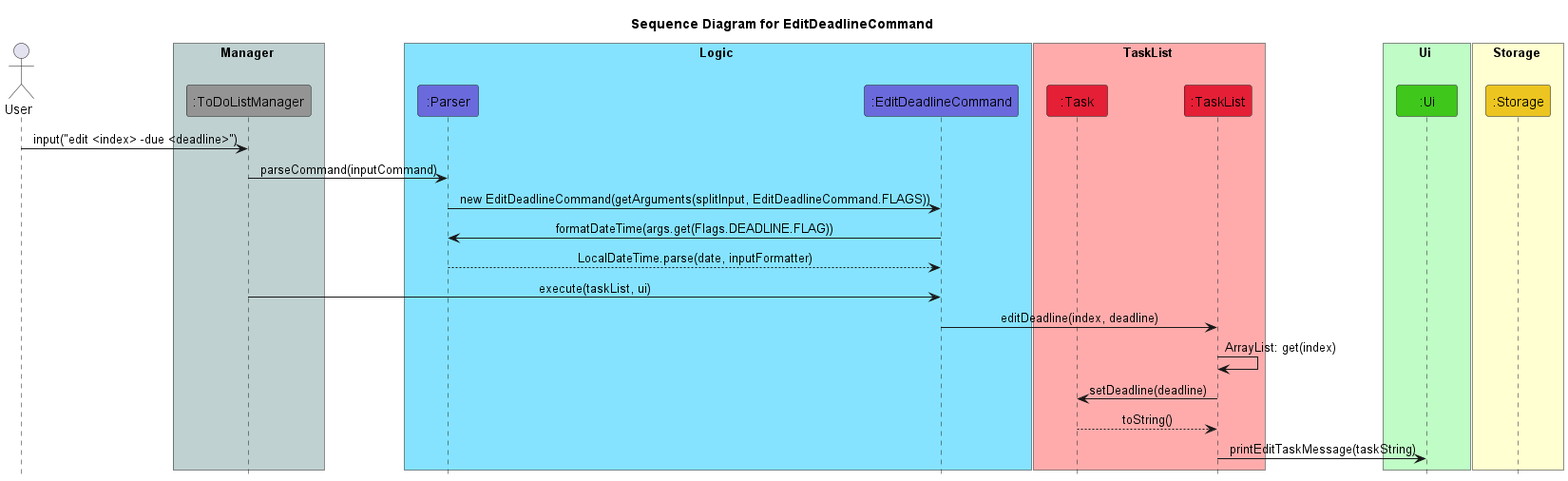
The PlantUML diagram docs/images/EditDeadlineCommandSequence.png in nus-cs2113-AY2223S2/tp, before a commit.
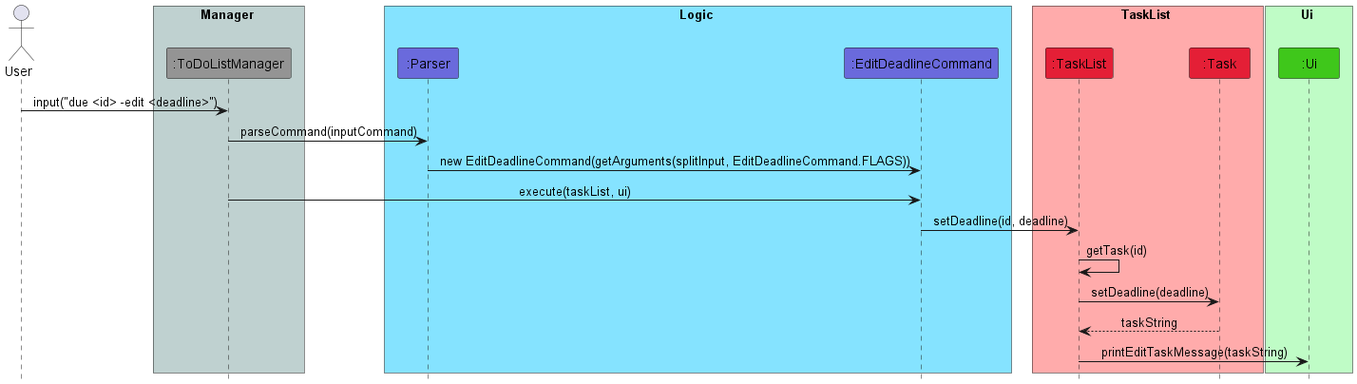
The same diagram one commit later.

Diff of the diagram source:
```diff
@@ -1,7 +1,5 @@
 @startuml
 !include Style.puml
-
-title Sequence Diagram for EditDeadlineCommand
 
 actor User
 
@@ -15,27 +13,21 @@
 end box
 
 box TaskList COLOR_TASK_LIST_LIGHT
+participant ":TaskList" as TaskList COLOR_TASK_LIST
 participant ":Task" as Task COLOR_TASK_LIST
-participant ":TaskList" as TaskList COLOR_TASK_LIST
 end box
 
 box Ui COLOR_UI_LIGHT
 participant ":Ui" as Ui COLOR_UI
 end box
 
-box Storage COLOR_STORAGE_LIGHT
-participant ":Storage" as Storage COLOR_STORAGE
-end box
-
-User -> ToDoListManager: input("edit <index> -due <deadline>")
+User -> ToDoListManager: input("due <id> -edit <deadline>")
 ToDoListManager -> Parser: parseCommand(inputCommand)
 Parser -> EditDeadlineCommand: new EditDeadlineCommand(getArguments(splitInput, EditDeadlineCommand.FLAGS))
-EditDeadlineCommand -> Parser: formatDateTime(args.get(Flags.DEADLINE.FLAG))
-Parser --> EditDeadlineCommand: LocalDateTime.parse(date, inputFormatter)
 ToDoListManager -> EditDeadlineCommand: execute(taskList, ui)
-EditDeadlineCommand -> TaskList: editDeadline(index, deadline)
-TaskList -> TaskList:ArrayList: get(index)
+EditDeadlineCommand -> TaskList: setDeadline(id, deadline)
+TaskList -> TaskList: getTask(id)
 TaskList -> Task: setDeadline(deadline)
-Task --> TaskList: toString()
+Task --> TaskList: taskString
 TaskList -> Ui: printEditTaskMessage(taskString)
 @enduml
```
